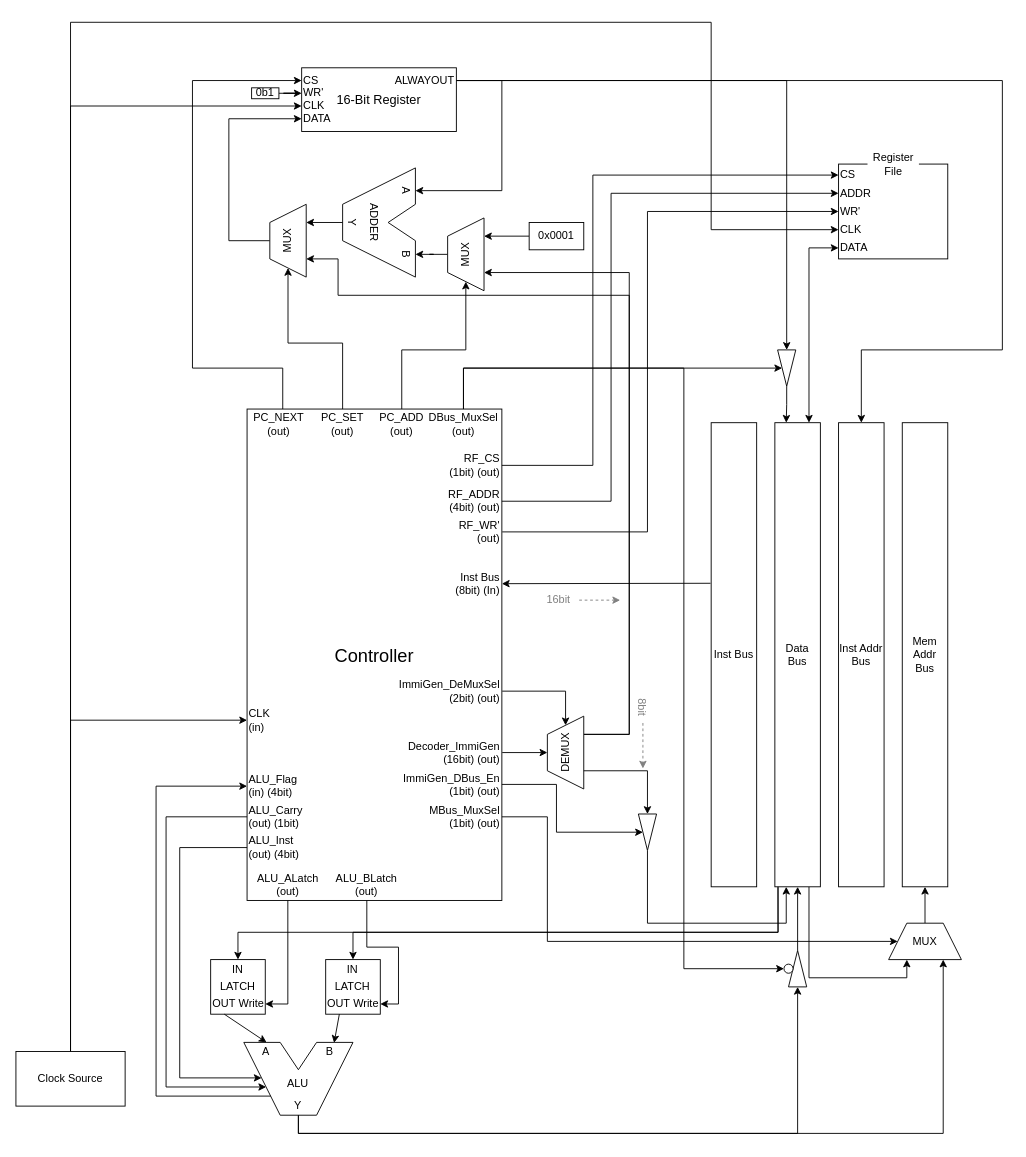
BeomjunKim-3p/wach keeps this draw.io diagram as wa824/docs/core/I/wa824I.drawio. Above is the earlier version. Source tidied: cells renumbered, new cells numbered last; positions are measured from the earlier drawing's top-left corner, leaving out a move shared by most shapes. Both pictures are drawn from the tidied source at 91%, with x=0, y=0 at pixel (15, 22).
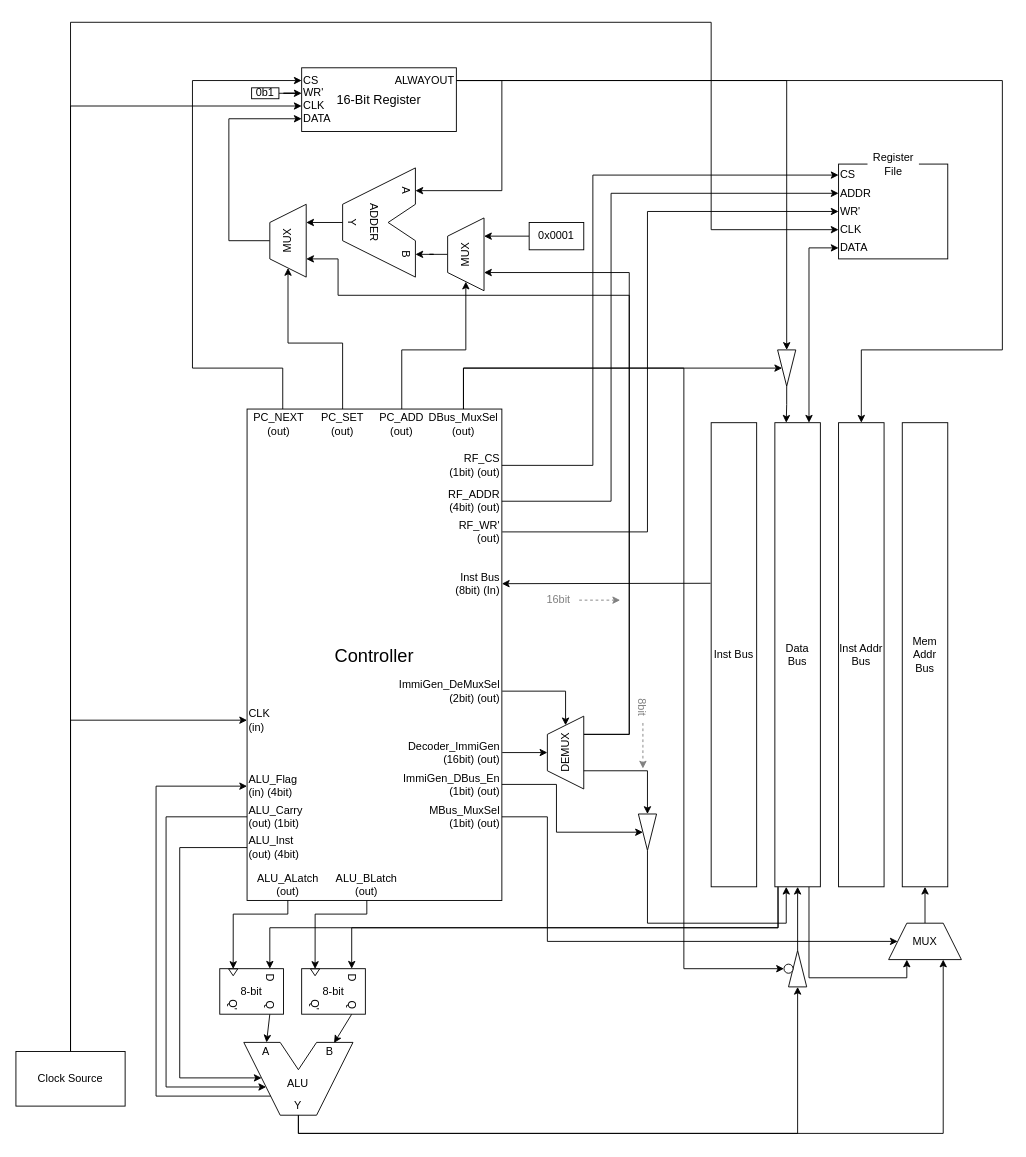
Above is the later version.

Unchanged cells that the change refers to:
```xml
<mxCell id="32" value="ALU_ALatch&lt;br&gt;(out)" style="text;html=1;whiteSpace=wrap;strokeColor=none;fillColor=none;align=center;verticalAlign=middle;rounded=0;" parent="1" vertex="1">
  <mxGeometry x="254" y="931.2" width="89.6" height="33.8" as="geometry" />
</mxCell>
<mxCell id="33" value="ALU_BLatch&lt;br&gt;&lt;div&gt;(out)&lt;/div&gt;" style="text;html=1;whiteSpace=wrap;strokeColor=none;fillColor=none;align=center;verticalAlign=middle;rounded=0;" parent="1" vertex="1">
  <mxGeometry x="349.2" y="931.2" width="72.8" height="33.8" as="geometry" />
</mxCell>
<mxCell id="41" value="Data Bus" style="rounded=0;whiteSpace=wrap;html=1;" parent="1" vertex="1">
  <mxGeometry x="834" y="440" width="50" height="510" as="geometry" />
</mxCell>
<mxCell id="70" value="A" style="text;html=1;whiteSpace=wrap;strokeColor=none;fillColor=none;align=center;verticalAlign=middle;rounded=0;" parent="61" vertex="1">
  <mxGeometry x="5" width="40" height="20" as="geometry" />
</mxCell>
<mxCell id="71" value="B" style="text;html=1;whiteSpace=wrap;strokeColor=none;fillColor=none;align=center;verticalAlign=middle;rounded=0;" parent="61" vertex="1">
  <mxGeometry x="75" width="40" height="20" as="geometry" />
</mxCell>
```

Change to the diagram source:
```diff
@@
-    <mxCell id="31" style="edgeStyle=orthogonalEdgeStyle;rounded=0;jettySize=auto;html=1;entryX=1;entryY=0.5;entryDx=0;entryDy=0;" parent="1" edge="1" source="32" target="75">
-      <mxGeometry relative="1" as="geometry" />
+    <mxCell id="31" style="edgeStyle=orthogonalEdgeStyle;rounded=0;jettySize=auto;html=1;entryX=0;entryY=0.5;entryDx=0;entryDy=0;exitX=0.5;exitY=1;exitDx=0;exitDy=0;" parent="1" edge="1" source="32" target="139">
+      <mxGeometry relative="1" as="geometry">
+        <Array as="points">
+          <mxPoint x="298.8" y="980" />
+          <mxPoint x="238.8" y="980" />
+        </Array>
+      </mxGeometry>
     </mxCell>
@@
-    <mxCell id="73" style="group;" parent="1" vertex="1">
-      <mxGeometry x="214" y="1030" width="60" height="60" as="geometry" />
-    </mxCell>
-    <mxCell id="74" value="LATCH" style="whiteSpace=wrap;html=1;" parent="73" vertex="1">
-      <mxGeometry width="60" height="60" as="geometry" />
-    </mxCell>
-    <mxCell id="75" value="Write" style="text;html=1;whiteSpace=wrap;strokeColor=none;fillColor=none;align=center;verticalAlign=middle;rounded=0;" parent="73" vertex="1">
-      <mxGeometry x="30" y="37.5" width="30" height="22.5" as="geometry" />
-    </mxCell>
-    <mxCell id="76" value="OUT" style="text;html=1;whiteSpace=wrap;strokeColor=none;fillColor=none;align=center;verticalAlign=middle;rounded=0;" parent="73" vertex="1">
-      <mxGeometry y="37.5" width="30" height="22.5" as="geometry" />
-    </mxCell>
-    <mxCell id="77" value="IN" style="text;html=1;whiteSpace=wrap;strokeColor=none;fillColor=none;align=center;verticalAlign=middle;rounded=0;" parent="73" vertex="1">
-      <mxGeometry x="15" width="30" height="22.5" as="geometry" />
-    </mxCell>
-    <mxCell id="78" style="edgeStyle=none;jettySize=auto;html=1;rounded=0;entryX=0.5;entryY=0;entryDx=0;entryDy=0;exitX=0.5;exitY=1;exitDx=0;exitDy=0;" parent="1" edge="1" source="76" target="70">
+    <mxCell id="78" style="edgeStyle=none;jettySize=auto;html=1;rounded=0;entryX=0.5;entryY=0;entryDx=0;entryDy=0;exitX=1;exitY=0.5;exitDx=0;exitDy=0;" parent="1" edge="1" source="140" target="70">
       <mxGeometry relative="1" as="geometry" />
     </mxCell>
-    <mxCell id="79" style="group;" parent="1" vertex="1">
-      <mxGeometry x="340.4" y="1030" width="60" height="60" as="geometry" />
-    </mxCell>
-    <mxCell id="80" value="LATCH" style="whiteSpace=wrap;html=1;" parent="79" vertex="1">
-      <mxGeometry width="60" height="60" as="geometry" />
-    </mxCell>
-    <mxCell id="81" value="Write" style="text;html=1;whiteSpace=wrap;strokeColor=none;fillColor=none;align=center;verticalAlign=middle;rounded=0;" parent="79" vertex="1">
-      <mxGeometry x="30" y="37.5" width="30" height="22.5" as="geometry" />
-    </mxCell>
-    <mxCell id="82" value="OUT" style="text;html=1;whiteSpace=wrap;strokeColor=none;fillColor=none;align=center;verticalAlign=middle;rounded=0;" parent="79" vertex="1">
-      <mxGeometry y="37.5" width="30" height="22.5" as="geometry" />
-    </mxCell>
-    <mxCell id="83" value="IN" style="text;html=1;whiteSpace=wrap;strokeColor=none;fillColor=none;align=center;verticalAlign=middle;rounded=0;" parent="79" vertex="1">
-      <mxGeometry x="15" width="30" height="22.5" as="geometry" />
-    </mxCell>
-    <mxCell id="84" style="edgeStyle=none;jettySize=auto;html=1;rounded=0;entryX=0.606;entryY=0.027;entryDx=0;entryDy=0;entryPerimeter=0;exitX=0.5;exitY=1;exitDx=0;exitDy=0;" parent="1" edge="1" source="82" target="71">
+    <mxCell id="84" style="edgeStyle=none;jettySize=auto;html=1;rounded=0;entryX=0.606;entryY=0.027;entryDx=0;entryDy=0;entryPerimeter=0;exitX=1;exitY=0.5;exitDx=0;exitDy=0;" parent="1" edge="1" source="147" target="71">
       <mxGeometry relative="1" as="geometry" />
     </mxCell>
-    <mxCell id="85" style="edgeStyle=orthogonalEdgeStyle;rounded=0;jettySize=auto;html=1;exitX=0.5;exitY=1;exitDx=0;exitDy=0;entryX=1;entryY=0.5;entryDx=0;entryDy=0;" parent="1" edge="1" source="33" target="81">
-      <mxGeometry relative="1" as="geometry" />
+    <mxCell id="85" style="edgeStyle=orthogonalEdgeStyle;rounded=0;jettySize=auto;html=1;exitX=0.5;exitY=1;exitDx=0;exitDy=0;entryX=0;entryY=0.5;entryDx=0;entryDy=0;" parent="1" edge="1" source="33" target="146">
+      <mxGeometry relative="1" as="geometry">
+        <Array as="points">
+          <mxPoint x="385.6" y="980" />
+          <mxPoint x="328.8" y="980" />
+        </Array>
+      </mxGeometry>
     </mxCell>
@@
-    <mxCell id="127" style="edgeStyle=orthogonalEdgeStyle;jettySize=auto;html=1;rounded=0;exitX=0.069;exitY=1;exitDx=0;exitDy=0;exitPerimeter=0;entryX=0.5;entryY=0;entryDx=0;entryDy=0;" parent="1" edge="1" source="41" target="77">
-      <mxGeometry relative="1" as="geometry">
-        <Array as="points">
-          <mxPoint x="837.5" y="1000" />
-          <mxPoint x="244" y="1000" />
-        </Array>
-      </mxGeometry>
+    <mxCell id="127" style="edgeStyle=orthogonalEdgeStyle;jettySize=auto;html=1;rounded=0;exitX=0.069;exitY=1;exitDx=0;exitDy=0;exitPerimeter=0;entryX=0;entryY=0.5;entryDx=0;entryDy=0;" parent="1" edge="1" source="41" target="138">
+      <mxGeometry relative="1" as="geometry" />
     </mxCell>
-    <mxCell id="128" style="edgeStyle=orthogonalEdgeStyle;jettySize=auto;html=1;rounded=0;exitX=0.069;exitY=1.001;exitDx=0;exitDy=0;exitPerimeter=0;entryX=0.5;entryY=0;entryDx=0;entryDy=0;" parent="1" edge="1" source="41" target="80">
-      <mxGeometry relative="1" as="geometry">
-        <Array as="points">
-          <mxPoint x="837.5" y="1000" />
-          <mxPoint x="370.4" y="1000" />
-        </Array>
-      </mxGeometry>
+    <mxCell id="128" style="edgeStyle=orthogonalEdgeStyle;jettySize=auto;html=1;rounded=0;exitX=0.069;exitY=1.001;exitDx=0;exitDy=0;exitPerimeter=0;entryX=0;entryY=0.5;entryDx=0;entryDy=0;" parent="1" edge="1" source="41" target="145">
+      <mxGeometry relative="1" as="geometry" />
     </mxCell>
@@
+    <mxCell id="136" style="group;" parent="1" vertex="1">
+      <mxGeometry x="224" y="1030" width="70" height="70" as="geometry" />
+    </mxCell>
+    <mxCell id="137" style="rounded=0;whiteSpace=wrap;html=1;rotation=90;" parent="136" vertex="1">
+      <mxGeometry x="10" width="50" height="70" as="geometry" />
+    </mxCell>
+    <mxCell id="138" value="D" style="text;html=1;whiteSpace=wrap;strokeColor=none;fillColor=none;align=center;verticalAlign=middle;rounded=0;rotation=90;" parent="136" vertex="1">
+      <mxGeometry x="45" y="5" width="20" height="30" as="geometry" />
+    </mxCell>
+    <mxCell id="139" style="triangle;whiteSpace=wrap;html=1;shapeInside=1;rotation=90;" parent="136" vertex="1">
+      <mxGeometry x="11" y="9" width="7.5" height="10" as="geometry" />
+    </mxCell>
+    <mxCell id="140" value="Q" style="text;html=1;whiteSpace=wrap;strokeColor=none;fillColor=none;align=center;verticalAlign=middle;rounded=0;rotation=90;" parent="136" vertex="1">
+      <mxGeometry x="45" y="35" width="20" height="30" as="geometry" />
+    </mxCell>
+    <mxCell id="141" value="Q'" style="text;html=1;whiteSpace=wrap;strokeColor=none;fillColor=none;align=center;verticalAlign=middle;rounded=0;rotation=90;" parent="136" vertex="1">
+      <mxGeometry x="5" y="35" width="20" height="30" as="geometry" />
+    </mxCell>
+    <mxCell id="142" value="8-bit" style="text;html=1;whiteSpace=wrap;strokeColor=none;fillColor=none;align=center;verticalAlign=middle;rounded=0;" parent="136" vertex="1">
+      <mxGeometry y="10.2" width="70" height="50" as="geometry" />
+    </mxCell>
+    <mxCell id="143" style="group;" parent="1" vertex="1">
+      <mxGeometry x="314" y="1030" width="70" height="70" as="geometry" />
+    </mxCell>
+    <mxCell id="144" style="rounded=0;whiteSpace=wrap;html=1;rotation=90;" parent="143" vertex="1">
+      <mxGeometry x="10" width="50" height="70" as="geometry" />
+    </mxCell>
+    <mxCell id="145" value="D" style="text;html=1;whiteSpace=wrap;strokeColor=none;fillColor=none;align=center;verticalAlign=middle;rounded=0;rotation=90;" parent="143" vertex="1">
+      <mxGeometry x="45" y="5" width="20" height="30" as="geometry" />
+    </mxCell>
+    <mxCell id="146" style="triangle;whiteSpace=wrap;html=1;shapeInside=1;rotation=90;" parent="143" vertex="1">
+      <mxGeometry x="11" y="9" width="7.5" height="10" as="geometry" />
+    </mxCell>
+    <mxCell id="147" value="Q" style="text;html=1;whiteSpace=wrap;strokeColor=none;fillColor=none;align=center;verticalAlign=middle;rounded=0;rotation=90;" parent="143" vertex="1">
+      <mxGeometry x="45" y="35" width="20" height="30" as="geometry" />
+    </mxCell>
+    <mxCell id="148" value="Q'" style="text;html=1;whiteSpace=wrap;strokeColor=none;fillColor=none;align=center;verticalAlign=middle;rounded=0;rotation=90;" parent="143" vertex="1">
+      <mxGeometry x="5" y="35" width="20" height="30" as="geometry" />
+    </mxCell>
+    <mxCell id="149" value="8-bit" style="text;html=1;whiteSpace=wrap;strokeColor=none;fillColor=none;align=center;verticalAlign=middle;rounded=0;" parent="143" vertex="1">
+      <mxGeometry y="10.2" width="70" height="50" as="geometry" />
+    </mxCell>
```
